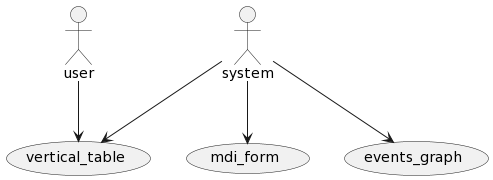
Above: uml_converter/app/templates/puml.png in ashwinkrishna979/uml_generator (PlantUML), before the change.
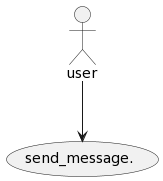
The same diagram one commit later.

What changed in the source:
```diff
@@ -1,11 +1,5 @@
 @startuml
-actor system as f0
-actor user as f1
-usecase vertical_table as u0
-usecase mdi_form as u1
-usecase events_graph as u2
-f0 --> u1
+actor user as f0
+usecase send_message. as u0
 f0 --> u0
-f0 --> u2
-f1 --> u0
 @enduml
```
